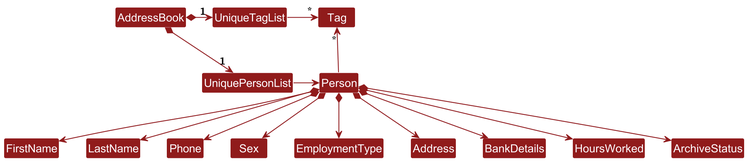
Above: docs/images/BetterModelClassDiagram.png in AY2324S2-CS2103T-T17-4/tp (PlantUML), before the change. Its source is kept beside it as docs/diagrams/BetterModelClassDiagram.puml.
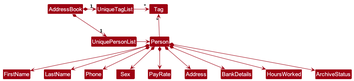
After the change.

The edit, as a diff of the source:
```diff
@@ -17,7 +17,7 @@
 Person *--> FirstName
 Person *--> LastName
 Person *--> Sex
-Person *--> EmploymentType
+Person *--> PayRate
 Person *--> BankDetails
 Person *--> Phone
 Person *--> Address
@@ -27,8 +27,8 @@
 FirstName -[hidden]right-> LastName
 LastName -[hidden]right-> Phone
 Phone -[hidden]right-> Sex
-Sex -[hidden]right-> EmploymentType
-EmploymentType -[hidden]right-> Address
+Sex -[hidden]right-> PayRate
+PayRate -[hidden]right-> Address
 Address -[hidden]right-> BankDetails
 BankDetails -[hidden]right-> HoursWorked
 HoursWorked -[hidden]right-> ArchiveStatus
```
